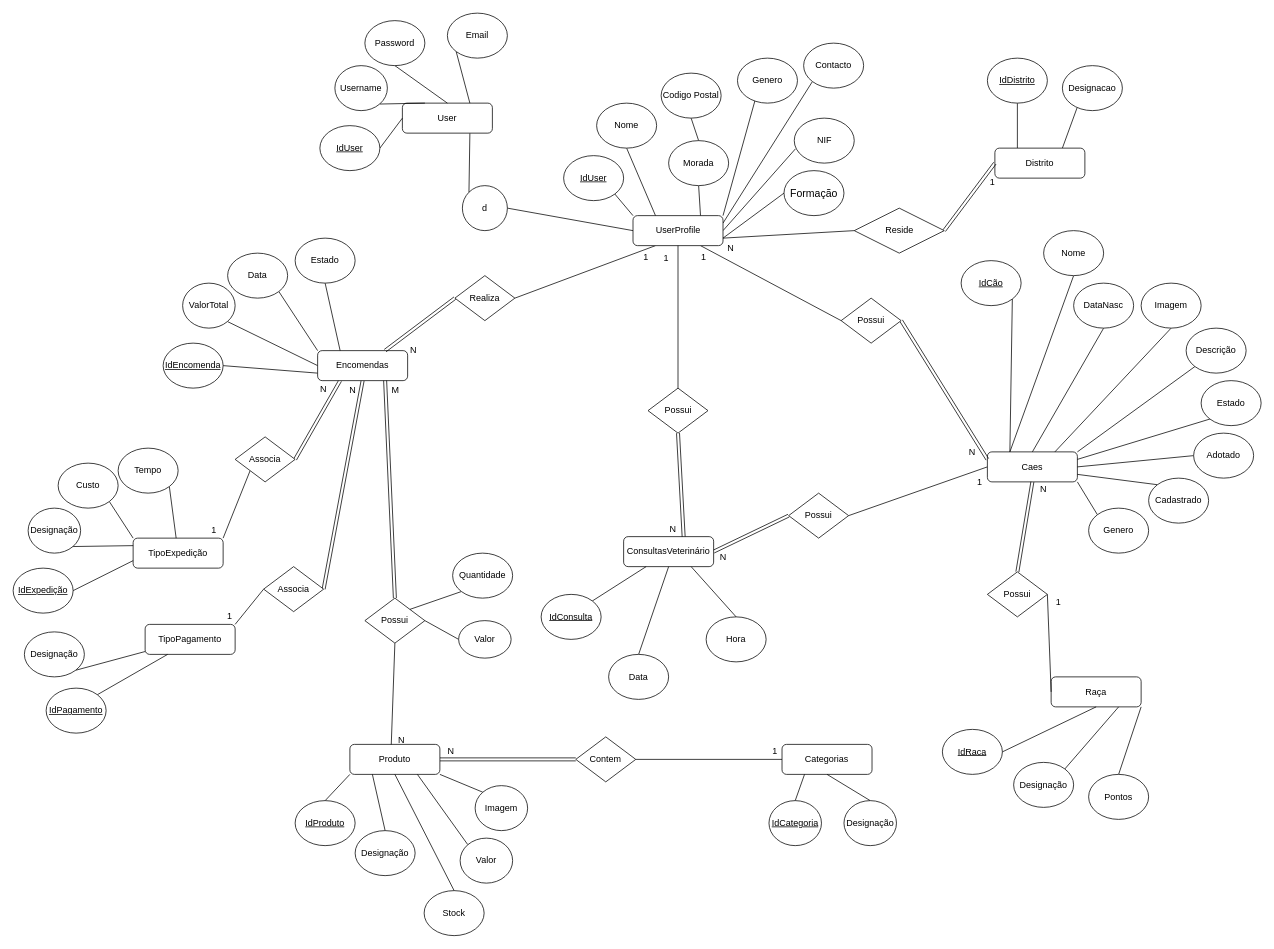
Earlier version of the draw.io diagram Diagramas/Diagrama Entidade Relacionamento.drawio (2201120/Projeto-SI). Source tidied: cells renumbered, new cells numbered last; positions are measured from the earlier drawing's top-left corner, leaving out a move shared by most shapes. Both pictures are drawn from the tidied source at 75%, with x=0, y=0 at pixel (13, 13).
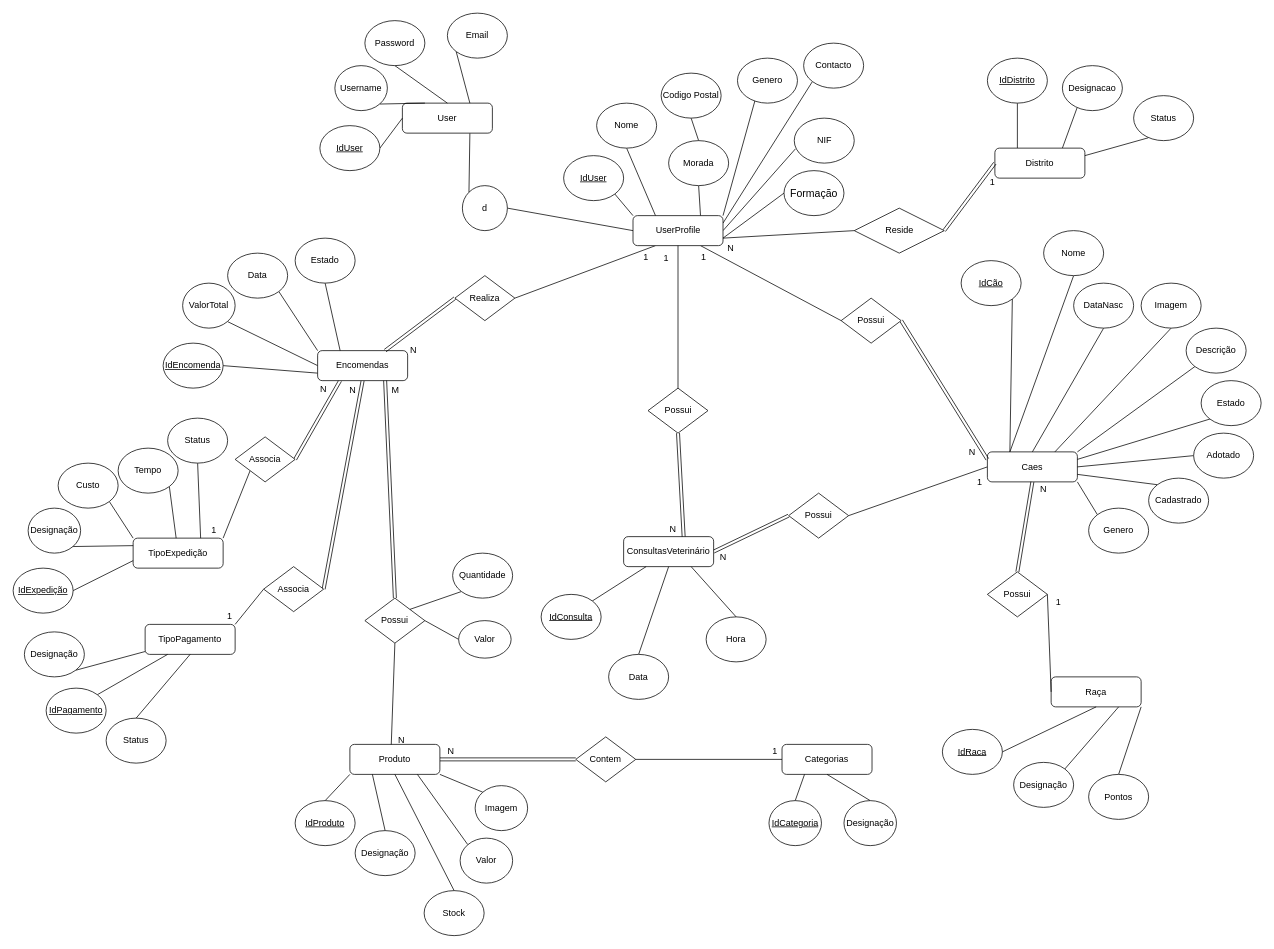
The same page after the edit.

Unchanged cells that the change refers to:
```xml
<mxCell id="32" value="Distrito" style="rounded=1;whiteSpace=wrap;html=1;fontSize=12;glass=0;strokeWidth=1;shadow=0;" parent="1" vertex="1">
  <mxGeometry x="1309" y="180" width="120" height="40" as="geometry" />
</mxCell>
<mxCell id="49" value="TipoExpedição" style="rounded=1;whiteSpace=wrap;html=1;fontSize=12;glass=0;strokeWidth=1;shadow=0;" parent="1" vertex="1">
  <mxGeometry x="160" y="700" width="120" height="40" as="geometry" />
</mxCell>
<mxCell id="76" value="TipoPagamento" style="rounded=1;whiteSpace=wrap;html=1;fontSize=12;glass=0;strokeWidth=1;shadow=0;" parent="1" vertex="1">
  <mxGeometry x="176" y="815" width="120" height="40" as="geometry" />
</mxCell>
```

What changed in the source:
```diff
@@
+    <mxCell id="163" style="edgeStyle=none;rounded=0;jettySize=auto;html=1;exitX=1;exitY=0.25;exitDx=0;exitDy=0;entryX=0.245;entryY=0.937;entryDx=0;entryDy=0;entryPerimeter=0;endArrow=none;endFill=0;" parent="1" edge="1" source="32" target="164">
+      <mxGeometry relative="1" as="geometry" />
+    </mxCell>
+    <mxCell id="164" value="Status" style="ellipse;whiteSpace=wrap;html=1;" parent="1" vertex="1">
+      <mxGeometry x="1494" y="110" width="80" height="60" as="geometry" />
+    </mxCell>
+    <mxCell id="165" style="edgeStyle=none;rounded=0;jettySize=auto;html=1;exitX=0.75;exitY=0;exitDx=0;exitDy=0;entryX=0.5;entryY=1;entryDx=0;entryDy=0;endArrow=none;endFill=0;" parent="1" edge="1" source="49" target="166">
+      <mxGeometry relative="1" as="geometry" />
+    </mxCell>
+    <mxCell id="166" value="Status" style="ellipse;whiteSpace=wrap;html=1;" parent="1" vertex="1">
+      <mxGeometry x="206" y="540" width="80" height="60" as="geometry" />
+    </mxCell>
+    <mxCell id="167" style="edgeStyle=none;rounded=0;jettySize=auto;html=1;exitX=0.5;exitY=1;exitDx=0;exitDy=0;entryX=0.5;entryY=0;entryDx=0;entryDy=0;endArrow=none;endFill=0;" parent="1" edge="1" source="76" target="168">
+      <mxGeometry relative="1" as="geometry" />
+    </mxCell>
+    <mxCell id="168" value="Status" style="ellipse;whiteSpace=wrap;html=1;" parent="1" vertex="1">
+      <mxGeometry x="124" y="940" width="80" height="60" as="geometry" />
+    </mxCell>
```
